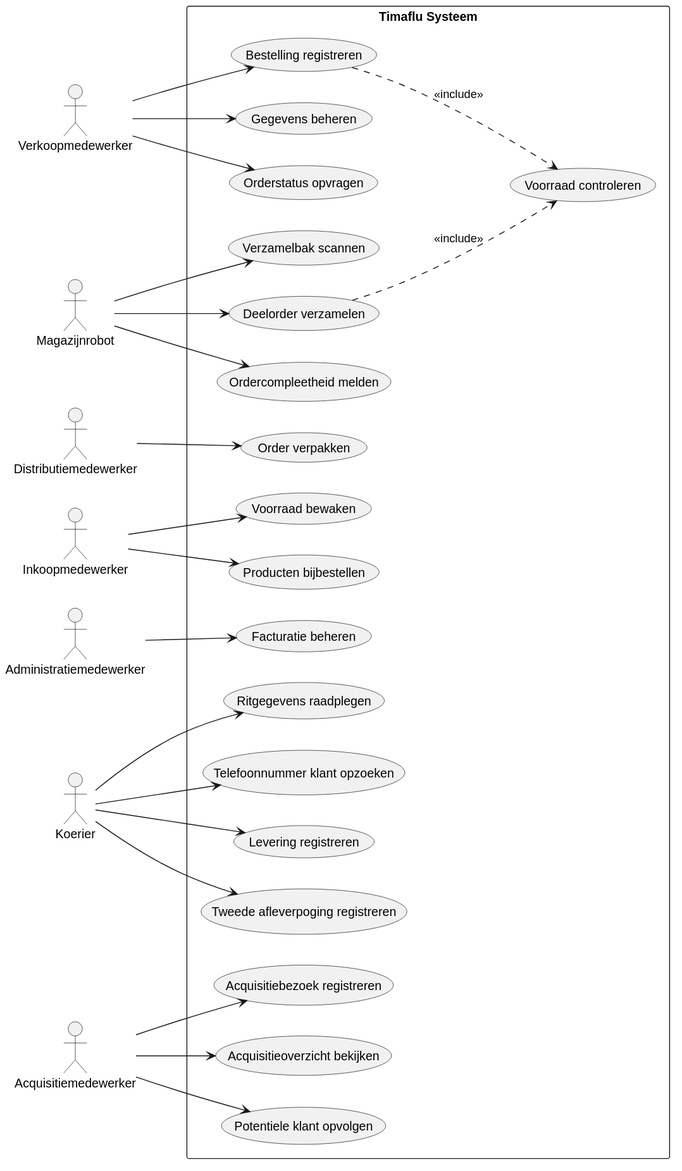
Earlier version of the PlantUML export Documentation/Architecture/uml/export/use_cases/informatiesysteem.svg (ViktorQorri/Project-Timaflu).
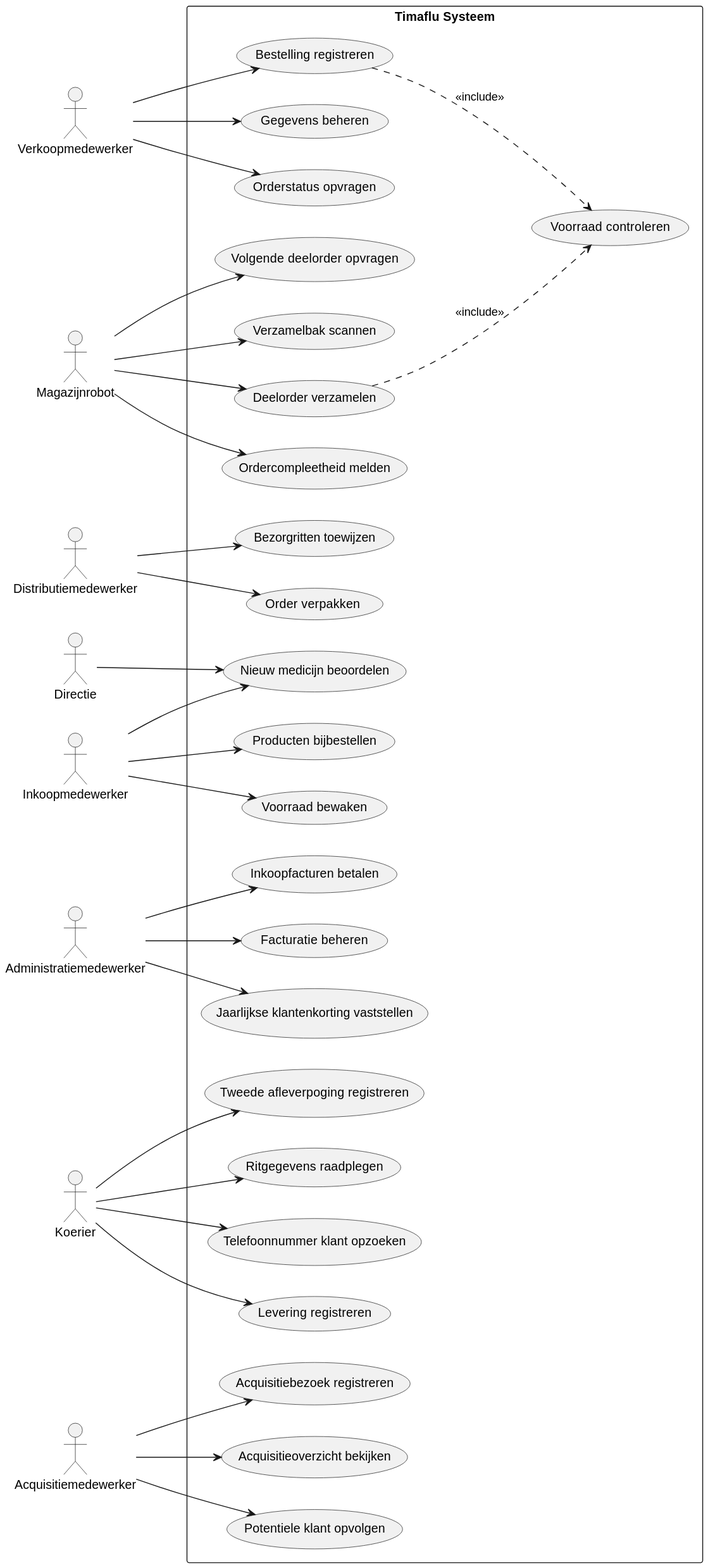
The same diagram one commit later.

The edit, as a diff of the source:
```diff
@@ -9,6 +9,7 @@
 actor "Administratiemedewerker" as Admin
 actor "Koerier" as Courier
 actor "Acquisitiemedewerker" as Acquisition
+actor "Directie" as Management
 
 rectangle "Timaflu Systeem" {
 
@@ -21,15 +22,21 @@
     Robot --> (Verzamelbak scannen)
     Robot --> (Deelorder verzamelen)
     Robot --> (Ordercompleetheid melden)
+    Robot --> (Volgende deelorder opvragen)
 
     (Deelorder verzamelen) ..> (Voorraad controleren) : <<include>>
 
     Distro --> (Order verpakken)
+    Distro --> (Bezorgritten toewijzen)
 
     Purchaser --> (Voorraad bewaken)
     Purchaser --> (Producten bijbestellen)
+    Purchaser --> (Nieuw medicijn beoordelen)
+    Management --> (Nieuw medicijn beoordelen)
 
     Admin --> (Facturatie beheren)
+    Admin --> (Inkoopfacturen betalen)
+    Admin --> (Jaarlijkse klantenkorting vaststellen)
 
     Courier --> (Ritgegevens raadplegen)
     Courier --> (Telefoonnummer klant opzoeken)
```
